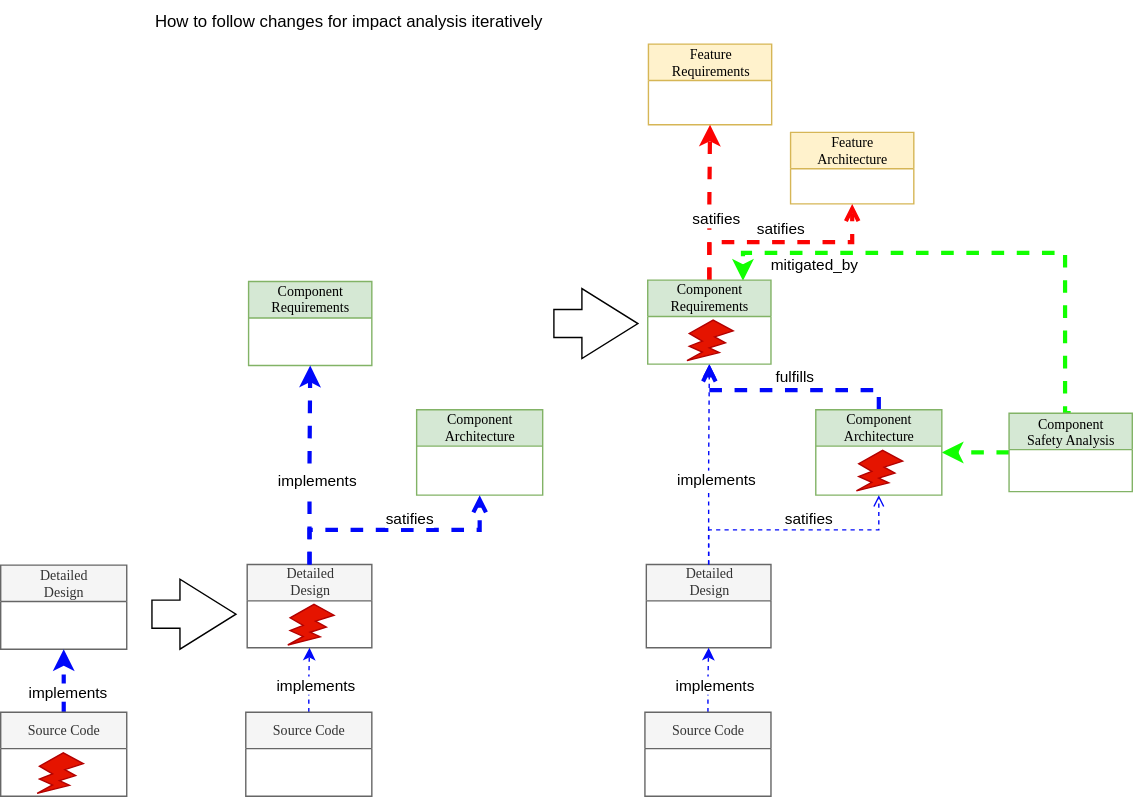
PiotrKorkus/reference_integration keeps this draw.io diagram as main/_images/impact_iteration.drawio.svg. Above is the earlier version. Source tidied: cells renumbered, new cells last; positions are measured from the earlier drawing's top-left corner, leaving out a move shared by most shapes.
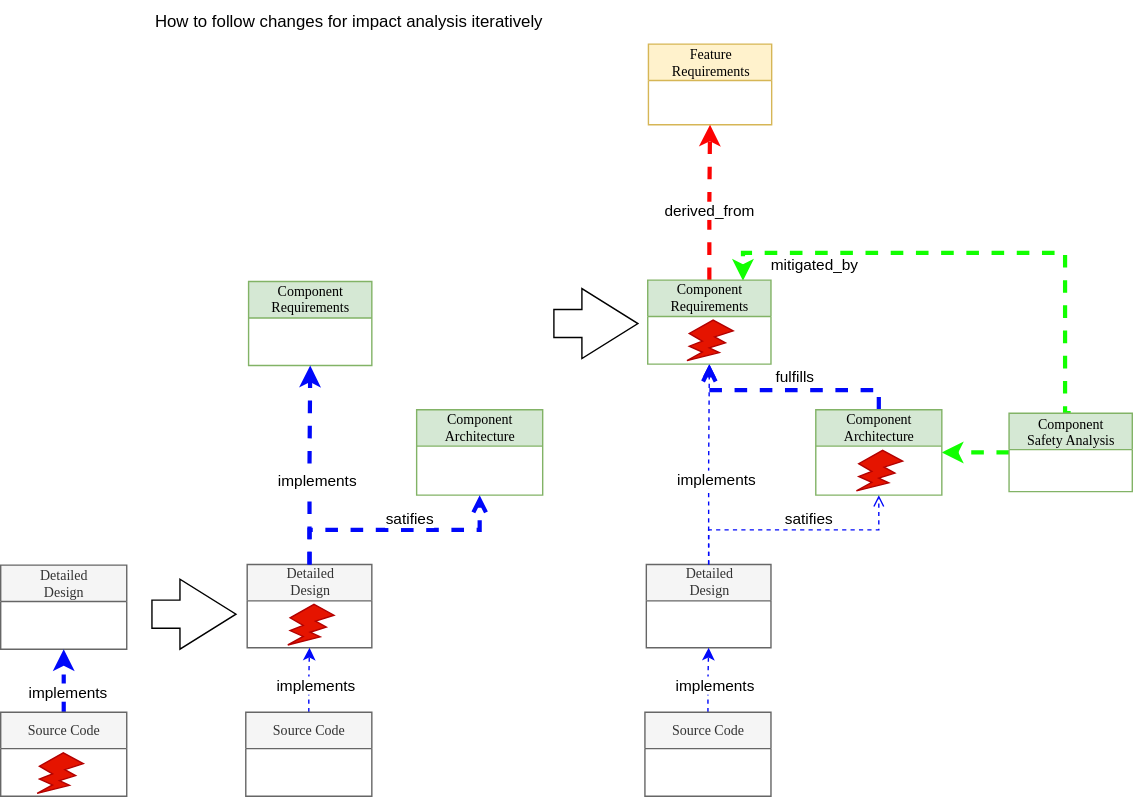
After the commit.

What changed in the source:
```diff
@@ -52,17 +52,6 @@
     <mxCell id="15" value="Feature&lt;br&gt;Requirements" style="swimlane;html=1;fontStyle=0;horizontal=1;startSize=26;fillColor=#fff2cc;swimlaneFillColor=#ffffff;rounded=0;shadow=0;comic=0;labelBackgroundColor=none;strokeWidth=1;fontFamily=Verdana;fontSize=10;align=center;strokeColor=#d6b656;" parent="1" vertex="1">
       <mxGeometry x="462.5" y="31" width="88" height="57.5" as="geometry" />
     </mxCell>
-    <mxCell id="16" value="Feature&lt;br&gt;Architecture" style="swimlane;html=1;fontStyle=0;horizontal=1;startSize=26;fillColor=#fff2cc;swimlaneFillColor=#ffffff;rounded=0;shadow=0;comic=0;labelBackgroundColor=none;strokeWidth=1;fontFamily=Verdana;fontSize=10;align=center;strokeColor=#d6b656;" parent="1" vertex="1">
-      <mxGeometry x="564" y="94" width="88" height="51" as="geometry" />
-    </mxCell>
-    <mxCell id="17" style="edgeStyle=orthogonalEdgeStyle;rounded=0;jettySize=auto;html=1;entryX=0.5;entryY=1;entryDx=0;entryDy=0;endArrow=open;endFill=0;dashed=1;exitX=0.5;exitY=0;exitDx=0;exitDy=0;strokeColor=#fc0303;strokeWidth=3;" parent="1" edge="1" source="31" target="16">
-      <mxGeometry relative="1" as="geometry" />
-    </mxCell>
-    <mxCell id="18" value="satifies" style="edgeLabel;html=1;align=center;verticalAlign=middle;" parent="17" vertex="1">
-      <mxGeometry x="0.06" y="6" relative="1" as="geometry">
-        <mxPoint x="-5" y="-4" as="offset" />
-      </mxGeometry>
-    </mxCell>
     <mxCell id="19" style="edgeStyle=orthogonalEdgeStyle;rounded=0;jettySize=auto;html=1;endArrow=open;endFill=0;dashed=1;exitX=0.5;exitY=0;exitDx=0;exitDy=0;strokeColor=#0008fa;strokeWidth=3;entryX=0.5;entryY=1;entryDx=0;entryDy=0;" parent="1" edge="1" source="32" target="31">
       <mxGeometry relative="1" as="geometry">
         <Array as="points">
@@ -79,9 +68,9 @@
     <mxCell id="21" style="edgeStyle=orthogonalEdgeStyle;rounded=0;jettySize=auto;html=1;endArrow=classic;endFill=1;dashed=1;strokeColor=#fc0303;strokeWidth=3;exitX=0.5;exitY=0;exitDx=0;exitDy=0;entryX=0.5;entryY=1;entryDx=0;entryDy=0;" parent="1" edge="1" source="31" target="15">
       <mxGeometry relative="1" as="geometry" />
     </mxCell>
-    <mxCell id="22" value="satifies" style="edgeLabel;html=1;align=center;verticalAlign=middle;" parent="21" vertex="1">
+    <mxCell id="22" value="derived_from" style="edgeLabel;html=1;align=center;verticalAlign=middle;" parent="21" vertex="1">
       <mxGeometry x="0.06" y="6" relative="1" as="geometry">
-        <mxPoint x="10" y="15" as="offset" />
+        <mxPoint x="5" y="9" as="offset" />
       </mxGeometry>
     </mxCell>
     <mxCell id="23" style="edgeStyle=orthogonalEdgeStyle;rounded=0;jettySize=auto;html=1;entryX=1;entryY=0.5;entryDx=0;entryDy=0;dashed=1;strokeColor=#11ff00;strokeWidth=3;" parent="1" edge="1" source="25" target="32">
```
